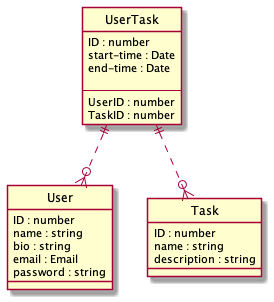
This is docs/er.png from 2ndr9/RaTtAco, a PlantUML export, as it was before one commit. Source of this version:
```plantuml
@startuml er

hide circle


entity "User" {
    ID : number
    name : string
    bio : string
    email : Email
    password : string
}

entity "Task" {
    ID : number
    name : string
    description : string
}

entity "UserTask" {
    ID : number
    start-time : Date
    end-time : Date

    --
    UserID : number
    TaskID : number
}

UserTask ||..o{ User
UserTask ||..o{ Task
























@enduml
```
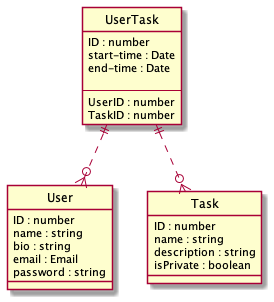
Above is the later version.

The edit, as a diff of the source:
```diff
@@ -15,6 +15,7 @@
     ID : number
     name : string
     description : string
+    isPrivate : boolean
 }
 
 entity "UserTask" {
@@ -30,27 +31,4 @@
 UserTask ||..o{ User
 UserTask ||..o{ Task
 
-
-
-
-
-
-
-
-
-
-
-
-
-
-
-
-
-
-
-
-
-
-
-
 @enduml
```
